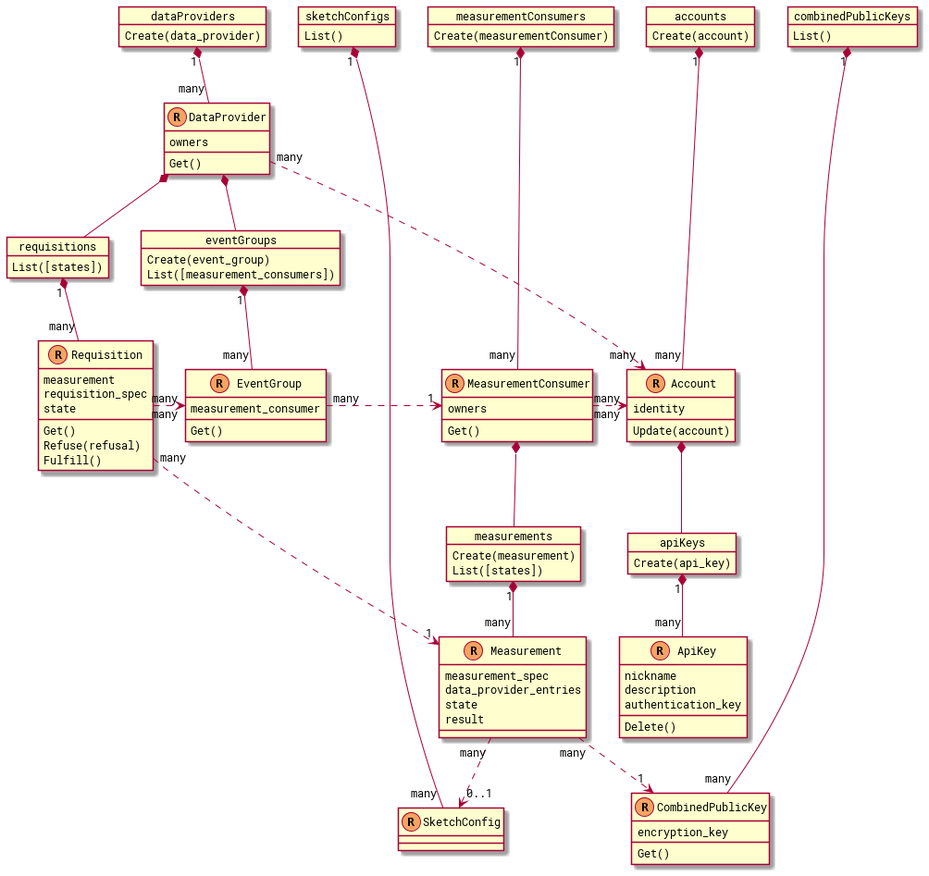
This is docs/diagrams/api_resources.png from world-federation-of-advertisers/cross-media-measurement, a PlantUML export, as it was before one commit. Its source is kept beside it as docs/diagrams/api_resources.pu.
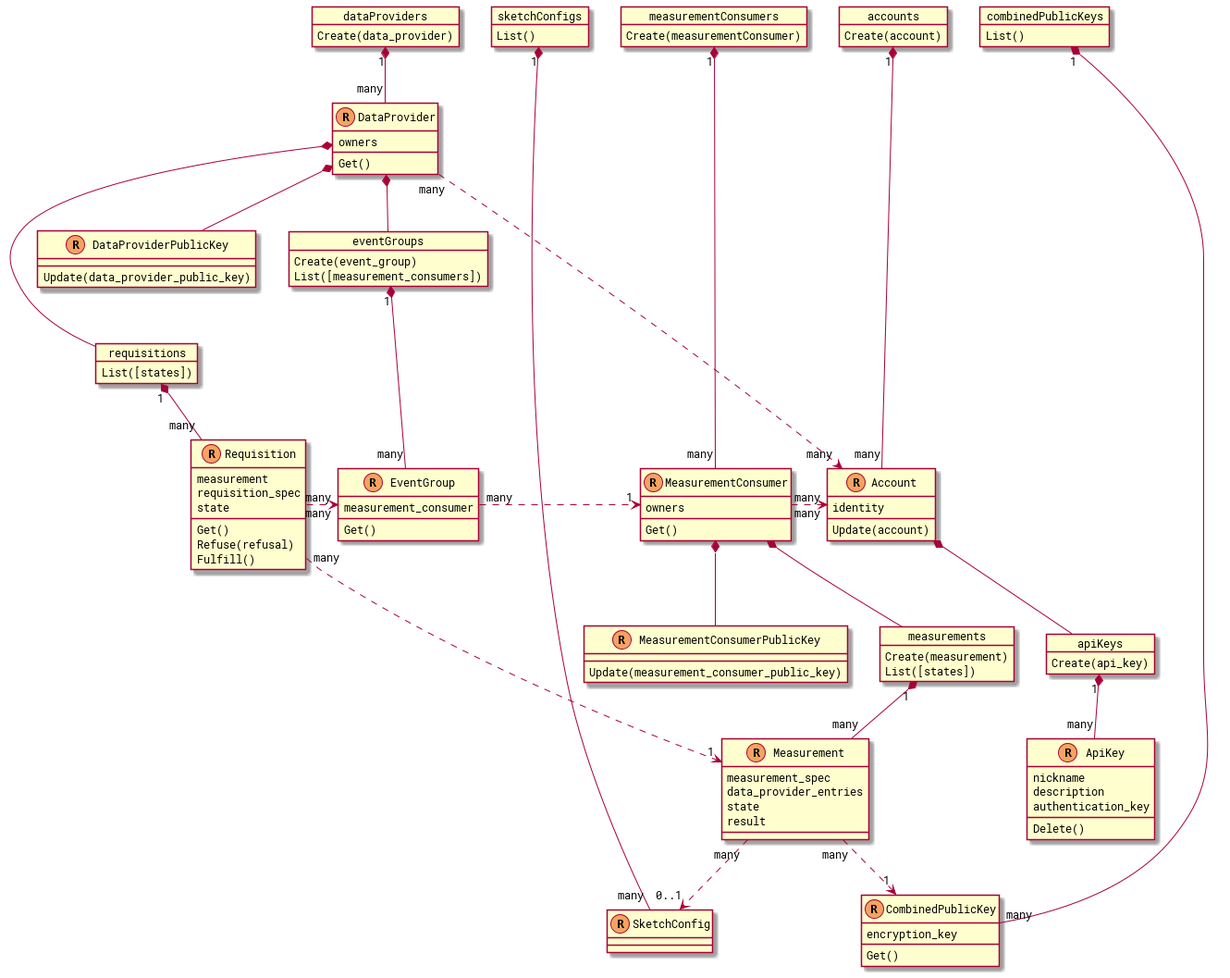
Above is the later version.

Commit message:
Add MeasurementConsumerPublicKey singleton resource type. (#3)

Change to the diagram source:
```diff
@@ -17,9 +17,15 @@
   owners
   Get()
 }
+resource(DataProviderPublicKey) {
+  Update(data_provider_public_key)
+}
 resource(MeasurementConsumer) {
   owners
   Get()
+}
+resource(MeasurementConsumerPublicKey) {
+  Update(measurement_consumer_public_key)
 }
 resource(SketchConfig) {
 }
@@ -92,12 +98,16 @@
 
 DataProvider *-- eventGroups
 DataProvider *-- requisitions
+DataProvider *-- DataProviderPublicKey
 EventGroup "many" .> "1" MeasurementConsumer
+
+DataProviderPublicKey -[hidden]-> requisitions
 
 Requisition "many" .> "many" EventGroup
 Requisition "many" .> "1" Measurement
 
 MeasurementConsumer *-- measurements
+MeasurementConsumer *-- MeasurementConsumerPublicKey
 Measurement "many" ..> "1" CombinedPublicKey
 Measurement "many" ..> "0..1" SketchConfig
 
```
